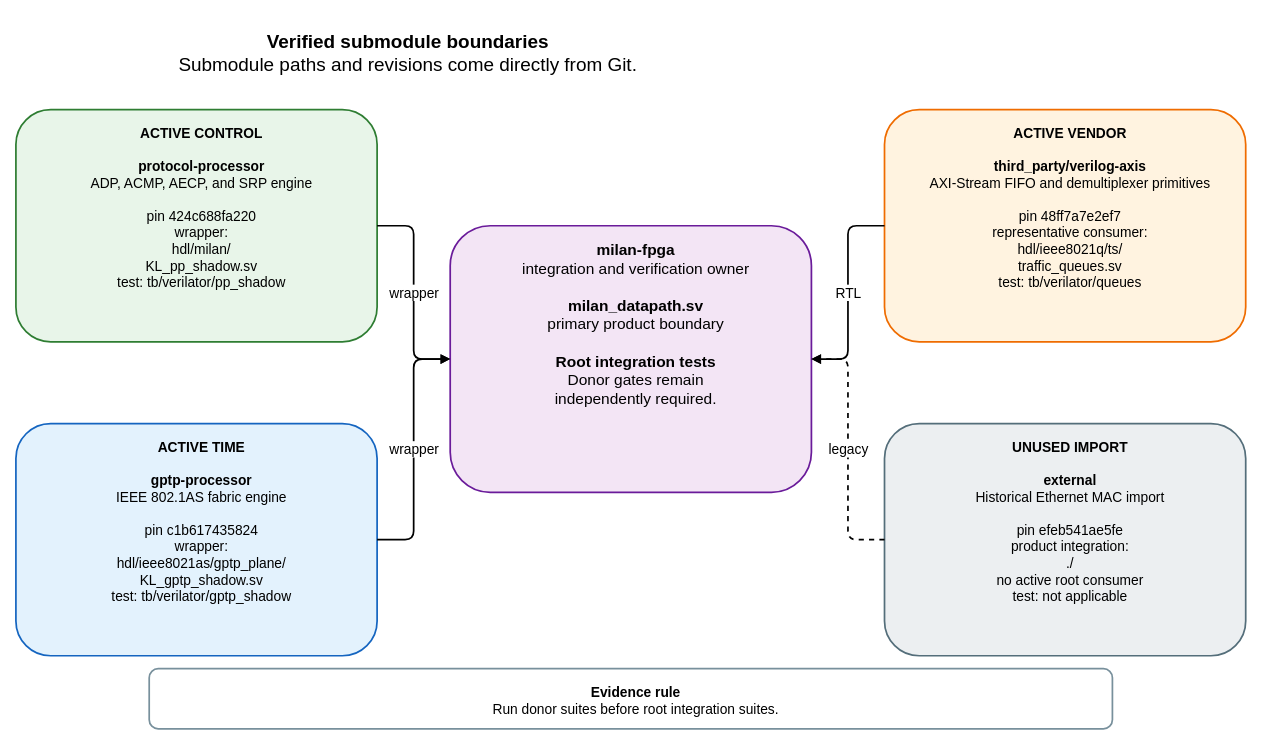
Earlier version of the draw.io diagram docs/diagrams/submodule_boundaries.drawio (kebag-logic/milan-fpga). Source tidied: cells renumbered, new cells numbered last; positions are measured from the earlier drawing's top-left corner, leaving out a move shared by most shapes. Both pictures are drawn from the tidied source at 86%, with x=0, y=0 at pixel (15, 15).
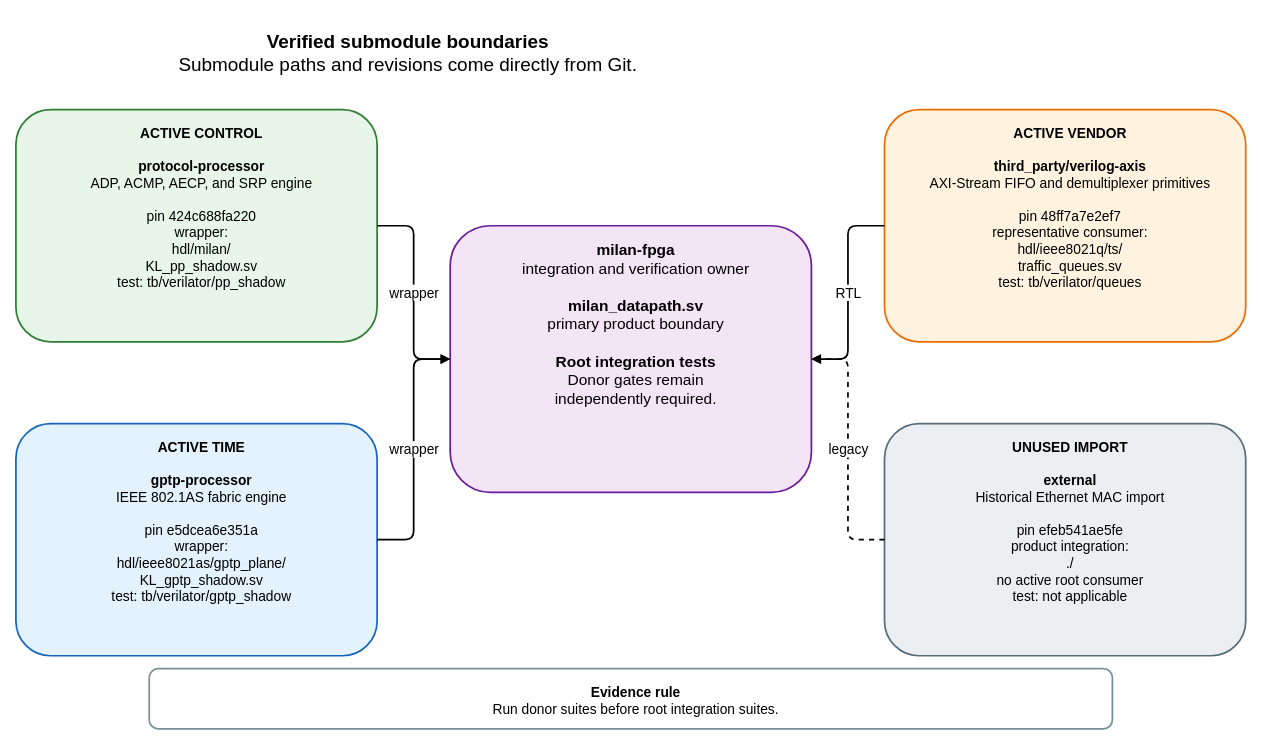
Above is the later version.

The edit, as a diff of the source:
```diff
@@
 <mxGraphModel>
   <root>
     <mxCell id="0" />
     <mxCell id="1" parent="0" />
     <mxCell id="2" value="&lt;b&gt;Verified submodule boundaries&lt;/b&gt;&lt;br&gt;Submodule paths and revisions come directly from Git." style="rounded=1;whiteSpace=wrap;html=1;verticalAlign=top;spacingTop=12;spacingLeft=12;fontSize=22;fontFamily=Helvetica;fillColor=none;strokeColor=none;strokeWidth=2;" parent="1" vertex="1">
       <mxGeometry width="900" height="65" as="geometry" />
     </mxCell>
     <mxCell id="3" value="&lt;b&gt;milan-fpga&lt;/b&gt;&lt;br&gt;integration and verification owner&lt;br&gt;&lt;br&gt;&lt;b&gt;milan_datapath.sv&lt;/b&gt;&lt;br&gt;primary product boundary&lt;br&gt;&lt;br&gt;&lt;b&gt;Root integration tests&lt;/b&gt;&lt;br&gt;Donor gates remain&lt;br&gt;independently required." style="rounded=1;whiteSpace=wrap;html=1;verticalAlign=top;spacingTop=12;spacingLeft=12;fontSize=18;fontFamily=Helvetica;fillColor=#F3E5F5;strokeColor=#6A1B9A;strokeWidth=2;" parent="1" vertex="1">
       <mxGeometry x="505" y="245" width="420" height="310" as="geometry" />
     </mxCell>
     <mxCell id="4" value="&lt;b&gt;ACTIVE CONTROL&lt;/b&gt;&lt;br&gt;&lt;br&gt;&lt;b&gt;protocol-processor&lt;/b&gt;&lt;br&gt;ADP, ACMP, AECP, and SRP engine&lt;br&gt;&lt;br&gt;pin 424c688fa220&lt;br&gt;wrapper:&lt;br&gt;hdl/milan/&lt;br&gt;KL_pp_shadow.sv&lt;br&gt;test: tb/verilator/pp_shadow" style="rounded=1;whiteSpace=wrap;html=1;verticalAlign=top;spacingTop=12;spacingLeft=12;fontSize=16;fontFamily=Helvetica;fillColor=#E8F5E9;strokeColor=#2E7D32;strokeWidth=2;" parent="1" vertex="1">
       <mxGeometry y="110" width="420" height="270" as="geometry" />
     </mxCell>
-    <mxCell id="5" value="&lt;b&gt;ACTIVE TIME&lt;/b&gt;&lt;br&gt;&lt;br&gt;&lt;b&gt;gptp-processor&lt;/b&gt;&lt;br&gt;IEEE 802.1AS fabric engine&lt;br&gt;&lt;br&gt;pin c1b617435824&lt;br&gt;wrapper:&lt;br&gt;hdl/ieee8021as/gptp_plane/&lt;br&gt;KL_gptp_shadow.sv&lt;br&gt;test: tb/verilator/gptp_shadow" style="rounded=1;whiteSpace=wrap;html=1;verticalAlign=top;spacingTop=12;spacingLeft=12;fontSize=16;fontFamily=Helvetica;fillColor=#E3F2FD;strokeColor=#1565C0;strokeWidth=2;" parent="1" vertex="1">
+    <mxCell id="5" value="&lt;b&gt;ACTIVE TIME&lt;/b&gt;&lt;br&gt;&lt;br&gt;&lt;b&gt;gptp-processor&lt;/b&gt;&lt;br&gt;IEEE 802.1AS fabric engine&lt;br&gt;&lt;br&gt;pin e5dcea6e351a&lt;br&gt;wrapper:&lt;br&gt;hdl/ieee8021as/gptp_plane/&lt;br&gt;KL_gptp_shadow.sv&lt;br&gt;test: tb/verilator/gptp_shadow" style="rounded=1;whiteSpace=wrap;html=1;verticalAlign=top;spacingTop=12;spacingLeft=12;fontSize=16;fontFamily=Helvetica;fillColor=#E3F2FD;strokeColor=#1565C0;strokeWidth=2;" parent="1" vertex="1">
       <mxGeometry y="475" width="420" height="270" as="geometry" />
     </mxCell>
     <mxCell id="6" value="&lt;b&gt;ACTIVE VENDOR&lt;/b&gt;&lt;br&gt;&lt;br&gt;&lt;b&gt;third_party/verilog-axis&lt;/b&gt;&lt;br&gt;AXI-Stream FIFO and demultiplexer primitives&lt;br&gt;&lt;br&gt;pin 48ff7a7e2ef7&lt;br&gt;representative consumer:&lt;br&gt;hdl/ieee8021q/ts/&lt;br&gt;traffic_queues.sv&lt;br&gt;test: tb/verilator/queues" style="rounded=1;whiteSpace=wrap;html=1;verticalAlign=top;spacingTop=12;spacingLeft=12;fontSize=16;fontFamily=Helvetica;fillColor=#FFF3E0;strokeColor=#EF6C00;strokeWidth=2;" parent="1" vertex="1">
       <mxGeometry x="1010" y="110" width="420" height="270" as="geometry" />
     </mxCell>
     <mxCell id="7" value="&lt;b&gt;UNUSED IMPORT&lt;/b&gt;&lt;br&gt;&lt;br&gt;&lt;b&gt;external&lt;/b&gt;&lt;br&gt;Historical Ethernet MAC import&lt;br&gt;&lt;br&gt;pin efeb541ae5fe&lt;br&gt;product integration:&lt;br&gt;./&lt;br&gt;no active root consumer&lt;br&gt;test: not applicable" style="rounded=1;whiteSpace=wrap;html=1;verticalAlign=top;spacingTop=12;spacingLeft=12;fontSize=16;fontFamily=Helvetica;fillColor=#ECEFF1;strokeColor=#546E7A;strokeWidth=2;" parent="1" vertex="1">
       <mxGeometry x="1010" y="475" width="420" height="270" as="geometry" />
     </mxCell>
     <mxCell id="8" value="wrapper" style="edgeStyle=orthogonalEdgeStyle;rounded=1;jettySize=auto;html=1;endArrow=block;endFill=1;strokeWidth=2;fontSize=16;fontFamily=Helvetica;labelBackgroundColor=#FFFFFF;" parent="1" edge="1" source="4" target="3">
       <mxGeometry relative="1" as="geometry" />
     </mxCell>
     <mxCell id="9" value="wrapper" style="edgeStyle=orthogonalEdgeStyle;rounded=1;jettySize=auto;html=1;endArrow=block;endFill=1;strokeWidth=2;fontSize=16;fontFamily=Helvetica;labelBackgroundColor=#FFFFFF;" parent="1" edge="1" source="5" target="3">
       <mxGeometry relative="1" as="geometry" />
     </mxCell>
     <mxCell id="10" value="RTL" style="edgeStyle=orthogonalEdgeStyle;rounded=1;jettySize=auto;html=1;endArrow=block;endFill=1;strokeWidth=2;fontSize=16;fontFamily=Helvetica;labelBackgroundColor=#FFFFFF;" parent="1" edge="1" source="6" target="3">
       <mxGeometry relative="1" as="geometry" />
     </mxCell>
     <mxCell id="11" value="legacy" style="edgeStyle=orthogonalEdgeStyle;rounded=1;jettySize=auto;html=1;endArrow=block;endFill=1;strokeWidth=2;fontSize=16;fontFamily=Helvetica;labelBackgroundColor=#FFFFFF;dashed=1;" parent="1" edge="1" source="7" target="3">
       <mxGeometry relative="1" as="geometry" />
     </mxCell>
     <mxCell id="12" value="&lt;b&gt;Evidence rule&lt;/b&gt;&lt;br&gt;Run donor suites before root integration suites." style="rounded=1;whiteSpace=wrap;html=1;verticalAlign=top;spacingTop=12;spacingLeft=12;fontSize=16;fontFamily=Helvetica;fillColor=#FFFFFF;strokeColor=#78909C;strokeWidth=2;" parent="1" vertex="1">
       <mxGeometry x="155" y="760" width="1120" height="70" as="geometry" />
     </mxCell>
   </root>
 </mxGraphModel>
```
